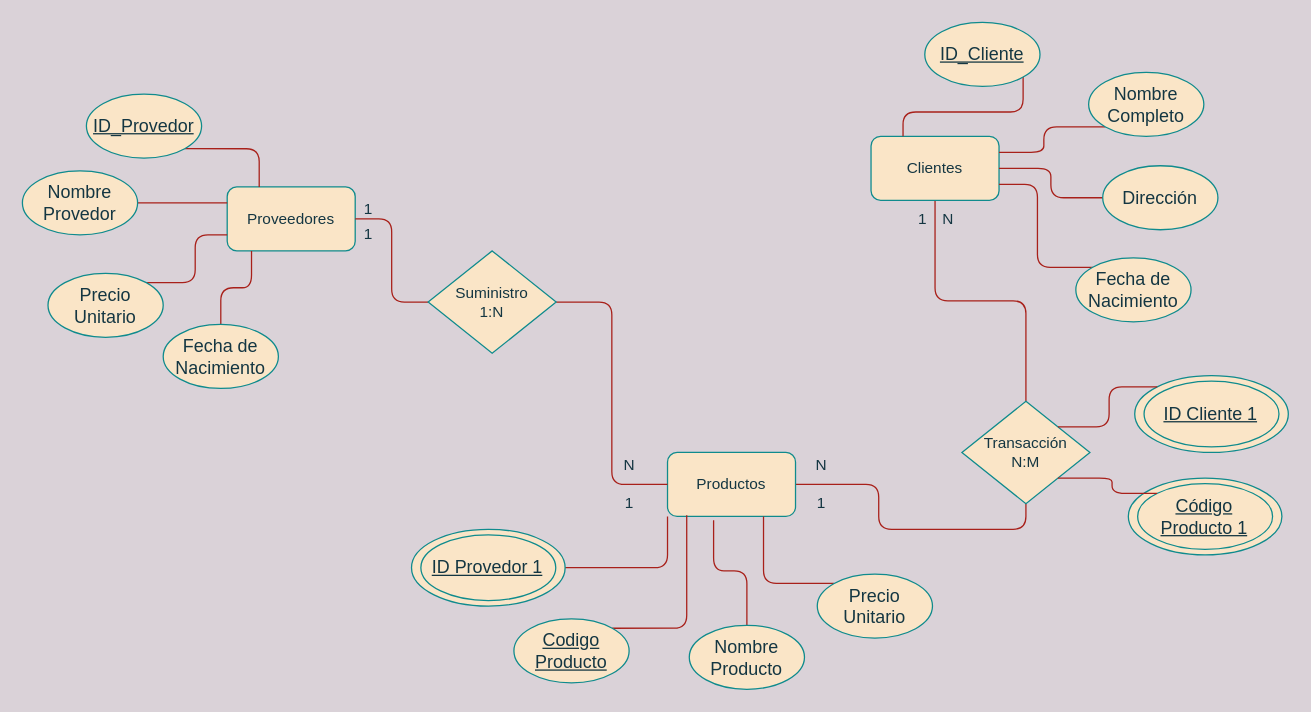
Earlier version of the draw.io diagram EJERCICIOS/drawio/BD_art_3.drawio (arturovez/Base_de_Datos). Source tidied: cells renumbered, new cells numbered last; positions are measured from the earlier drawing's top-left corner, leaving out a move shared by most shapes. Both pictures are drawn from the tidied source at 128%, with x=0, y=0 at pixel (22, 22).
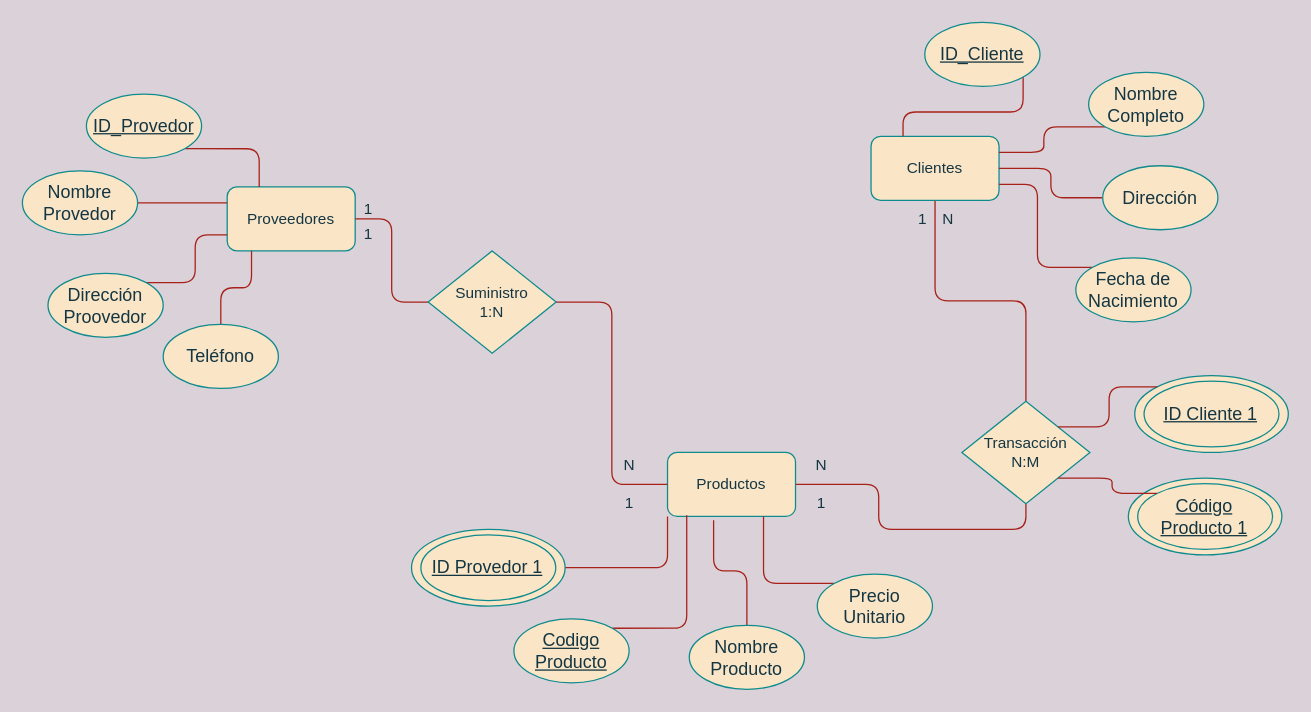
The same diagram, later.

The edit, as a diff of the source:
```diff
@@
-    <mxCell id="26" value="Precio Unitario" style="ellipse;whiteSpace=wrap;html=1;rounded=0;sketch=0;fontSize=14;fontColor=#143642;strokeColor=#0F8B8D;fillColor=#FAE5C7;" parent="1" vertex="1">
+    <mxCell id="26" value="Dirección Proovedor" style="ellipse;whiteSpace=wrap;html=1;rounded=0;sketch=0;fontSize=14;fontColor=#143642;strokeColor=#0F8B8D;fillColor=#FAE5C7;" parent="1" vertex="1">
       <mxGeometry x="20" y="196" width="90" height="50" as="geometry" />
     </mxCell>
@@
-    <mxCell id="28" value="Fecha de Nacimiento" style="ellipse;whiteSpace=wrap;html=1;rounded=0;sketch=0;fontSize=14;fontColor=#143642;strokeColor=#0F8B8D;fillColor=#FAE5C7;" parent="1" vertex="1">
+    <mxCell id="28" value="Teléfono" style="ellipse;whiteSpace=wrap;html=1;rounded=0;sketch=0;fontSize=14;fontColor=#143642;strokeColor=#0F8B8D;fillColor=#FAE5C7;" parent="1" vertex="1">
       <mxGeometry x="110" y="236" width="90" height="50" as="geometry" />
     </mxCell>
```
